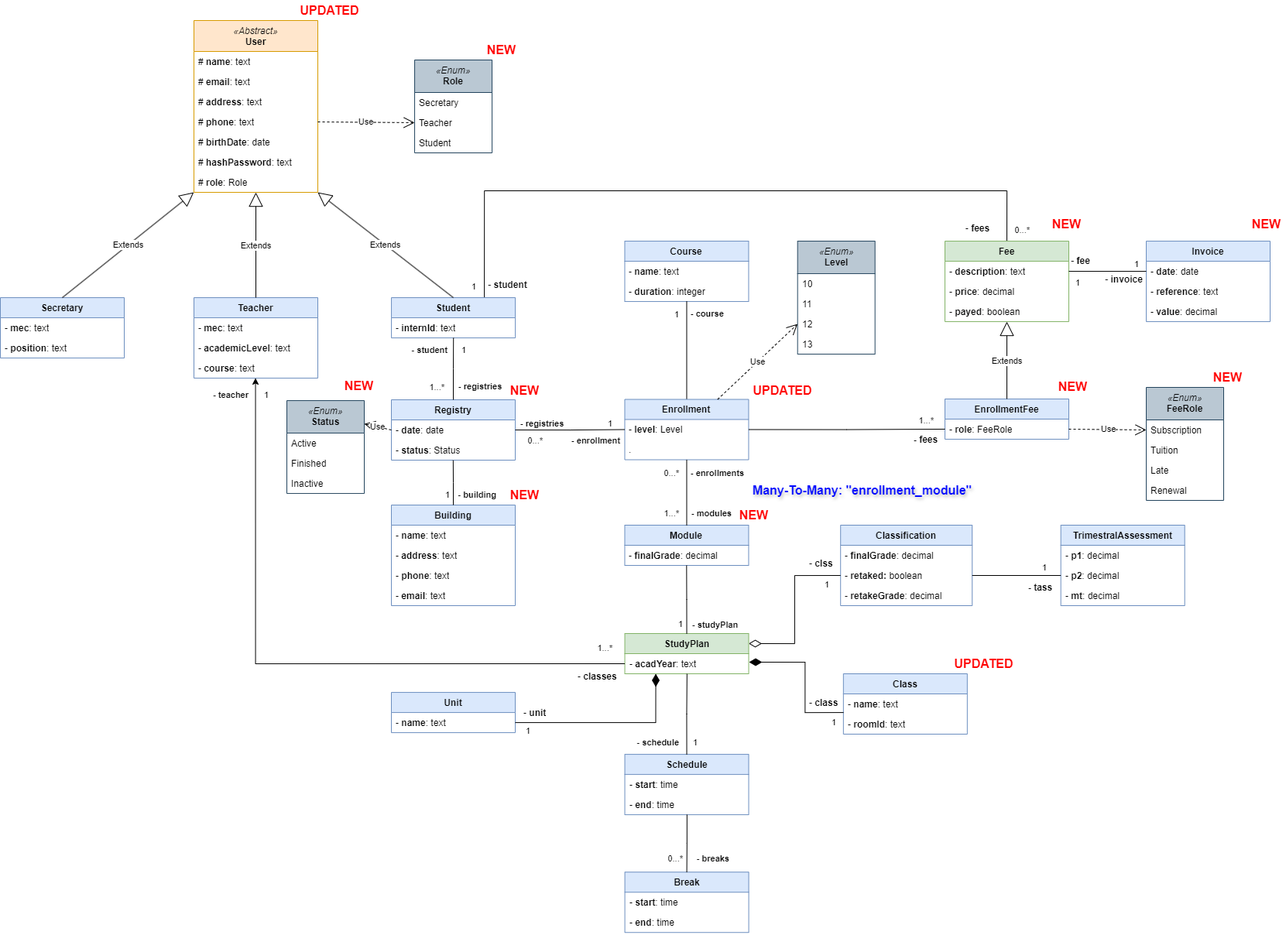
The draw.io diagram documentation/data-model.drawio.png in Joaquim-Claudio/Imptel-Online_P.D.S-2024-2025, before a commit. Source tidied: cells renumbered, new cells last; positions are measured from the earlier drawing's top-left corner, leaving out a move shared by most shapes.
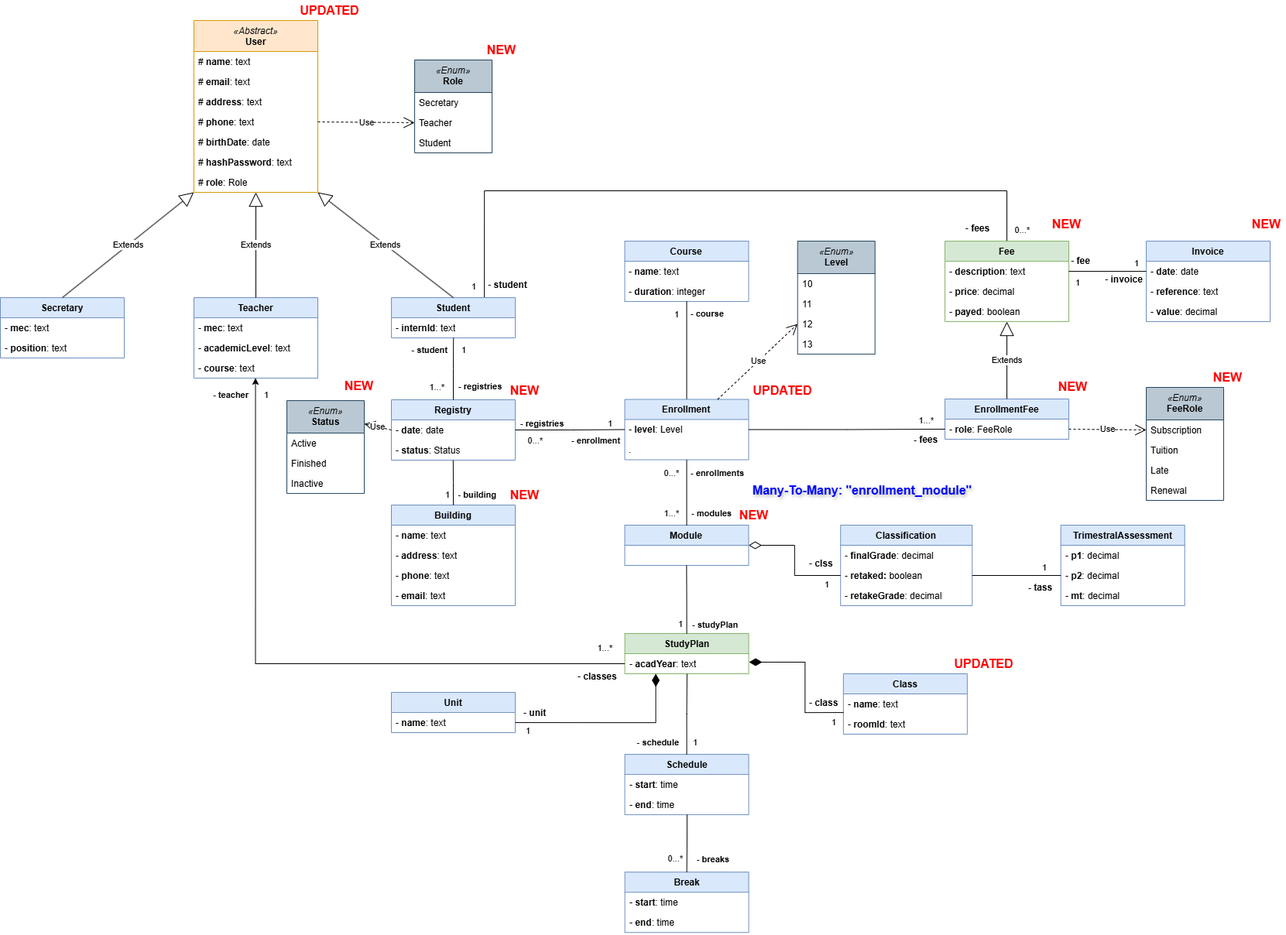
Later version of the same file.

Change to the diagram source:
```diff
@@ -251,9 +251,6 @@
     <mxCell id="79" value="Module" style="swimlane;fontStyle=1;align=center;verticalAlign=top;horizontal=1;startSize=26;whiteSpace=wrap;html=1;fillColor=#dae8fc;strokeColor=#6c8ebf;" parent="1" vertex="1">
       <mxGeometry x="806.5" y="678" width="160" height="52" as="geometry" />
     </mxCell>
-    <mxCell id="80" value="- &lt;b&gt;finalGrade&lt;/b&gt;: decimal" style="text;strokeColor=none;fillColor=none;align=left;verticalAlign=top;spacingLeft=4;spacingRight=4;overflow=hidden;points=[[0,0.5],[1,0.5]];portConstraint=eastwest;whiteSpace=wrap;html=1;" parent="79" vertex="1">
-      <mxGeometry y="26" width="160" height="26" as="geometry" />
-    </mxCell>
     <mxCell id="81" style="endArrow=none;html=1;edgeStyle=orthogonalEdgeStyle;rounded=0;exitX=0.5;exitY=0;exitDx=0;exitDy=0;entryX=0.5;entryY=1;entryDx=0;entryDy=0;" parent="1" edge="1" source="79" target="29">
       <mxGeometry relative="1" as="geometry" />
     </mxCell>
@@ -271,8 +268,10 @@
     <mxCell id="85" value="0...*" style="edgeLabel;html=1;align=right;verticalAlign=bottom;" parent="1" vertex="1">
       <mxGeometry x="876.5" y="618" as="geometry" />
     </mxCell>
-    <mxCell id="86" style="endArrow=none;html=1;edgeStyle=orthogonalEdgeStyle;rounded=0;exitX=0.5;exitY=0;exitDx=0;exitDy=0;entryX=0.499;entryY=1.003;entryDx=0;entryDy=0;entryPerimeter=0;" parent="1" edge="1" source="20" target="80">
-      <mxGeometry relative="1" as="geometry" />
+    <mxCell id="86" style="endArrow=none;html=1;edgeStyle=orthogonalEdgeStyle;rounded=0;exitX=0.5;exitY=0;exitDx=0;exitDy=0;entryX=0.499;entryY=1.003;entryDx=0;entryDy=0;entryPerimeter=0;" parent="1" edge="1" source="20">
+      <mxGeometry relative="1" as="geometry">
+        <mxPoint x="886.3" y="730.1" as="targetPoint" />
+      </mxGeometry>
     </mxCell>
     <mxCell id="87" value="- &lt;b&gt;studyPlan&lt;/b&gt;" style="edgeLabel;html=1;align=left;verticalAlign=bottom;" parent="86" vertex="1">
       <mxGeometry x="-1" relative="1" as="geometry">
@@ -333,7 +332,7 @@
     <mxCell id="105" value="- tass" style="text;align=center;fontStyle=1;verticalAlign=middle;spacingLeft=3;spacingRight=3;strokeColor=none;html=1;" parent="1" vertex="1">
       <mxGeometry x="1322.7" y="745.6" width="40" height="26" as="geometry" />
     </mxCell>
-    <mxCell id="106" style="endArrow=none;html=1;endSize=12;startArrow=diamondThin;startSize=14;startFill=0;edgeStyle=orthogonalEdgeStyle;align=left;verticalAlign=bottom;rounded=0;entryX=0;entryY=0.5;entryDx=0;entryDy=0;exitX=1;exitY=0.25;exitDx=0;exitDy=0;endFill=0;" parent="1" edge="1" source="20" target="39">
+    <mxCell id="106" style="endArrow=none;html=1;endSize=12;startArrow=diamondThin;startSize=14;startFill=0;edgeStyle=orthogonalEdgeStyle;align=left;verticalAlign=bottom;rounded=0;entryX=0;entryY=0.5;entryDx=0;entryDy=0;exitX=1;exitY=0.5;exitDx=0;exitDy=0;endFill=0;" parent="1" edge="1" source="79" target="39">
       <mxGeometry x="-1" y="3" relative="1" as="geometry" />
     </mxCell>
     <mxCell id="107" style="endArrow=none;html=1;endSize=12;startArrow=diamondThin;startSize=14;startFill=1;edgeStyle=orthogonalEdgeStyle;align=left;verticalAlign=bottom;rounded=0;exitX=1;exitY=0.5;exitDx=0;exitDy=0;entryX=-0.002;entryY=0.004;entryDx=0;entryDy=0;entryPerimeter=0;endFill=0;" parent="1" edge="1">
```
